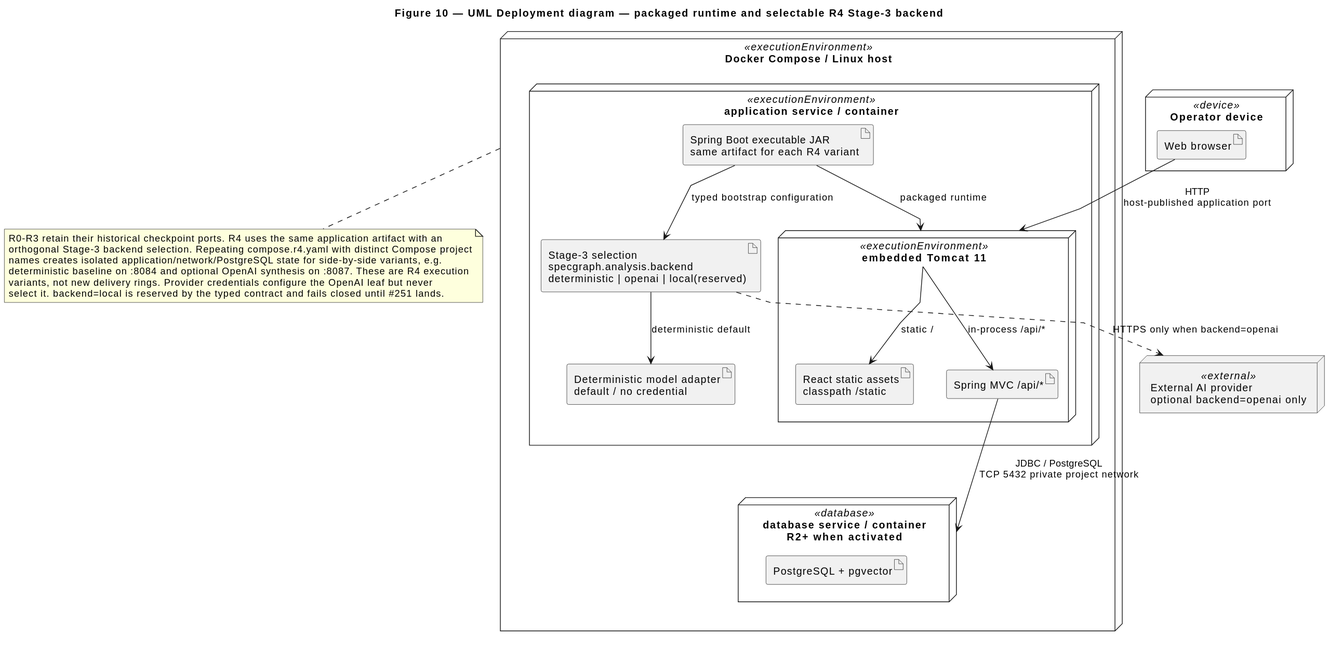
Before: docs/assignment/SDD/diagrams/deployment-topology.svg, a diagram exported from PlantUML (jdoe-dev-159753/specgraph-reference-app).
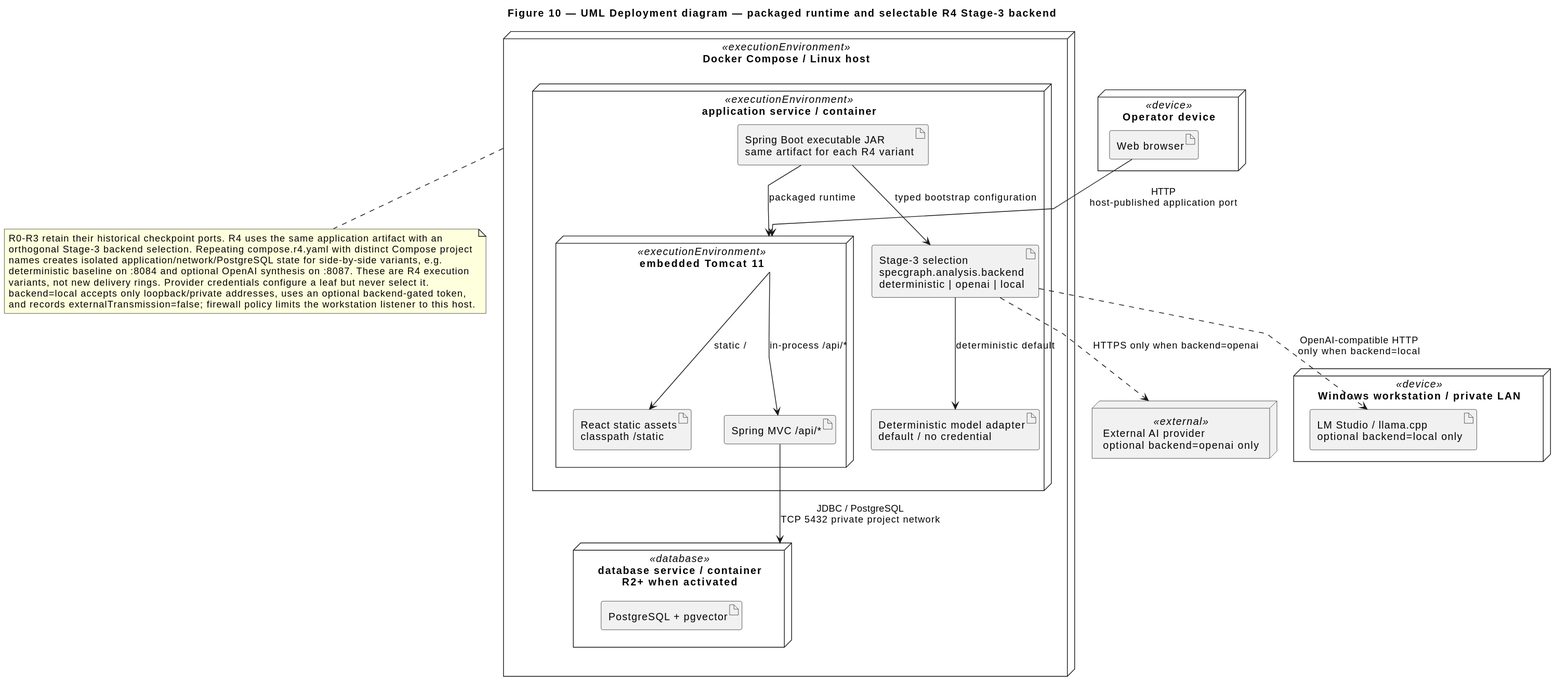
Later version of the same file.

Commit message:
docs: regenerate local analysis diagrams

The edit, as a diff of the source:
```diff
@@ -16,7 +16,7 @@
       artifact "Spring MVC /api/*" as Api
     }
     artifact "Spring Boot executable JAR\nsame artifact for each R4 variant" as Jar
-    artifact "Stage-3 selection\nspecgraph.analysis.backend\ndeterministic | openai | local(reserved)" as BackendSelection
+    artifact "Stage-3 selection\nspecgraph.analysis.backend\ndeterministic | openai | local" as BackendSelection
     artifact "Deterministic model adapter\ndefault / no credential" as Offline
   }
 
@@ -26,6 +26,9 @@
 }
 
 node "External AI provider\noptional backend=openai only" as Provider <<external>>
+node "Windows workstation / private LAN" as Workstation <<device>> {
+  artifact "LM Studio / llama.cpp\noptional backend=local only" as LmStudio
+}
 
 Browser --> Tomcat : HTTP\nhost-published application port
 Tomcat --> React : static /
@@ -35,13 +38,15 @@
 Jar --> BackendSelection : typed bootstrap configuration
 BackendSelection --> Offline : deterministic default
 BackendSelection ..> Provider : HTTPS only when backend=openai
+BackendSelection ..> LmStudio : OpenAI-compatible HTTP\nonly when backend=local
 
 note bottom of Host
   R0-R3 retain their historical checkpoint ports. R4 uses the same application artifact with an
   orthogonal Stage-3 backend selection. Repeating compose.r4.yaml with distinct Compose project
   names creates isolated application/network/PostgreSQL state for side-by-side variants, e.g.
   deterministic baseline on :8084 and optional OpenAI synthesis on :8087. These are R4 execution
-  variants, not new delivery rings. Provider credentials configure the OpenAI leaf but never
-  select it. backend=local is reserved by the typed contract and fails closed until #251 lands.
+  variants, not new delivery rings. Provider credentials configure a leaf but never select it.
+  backend=local accepts only loopback/private addresses, uses an optional backend-gated token,
+  and records externalTransmission=false; firewall policy limits the workstation listener to this host.
 end note
 @enduml
```
